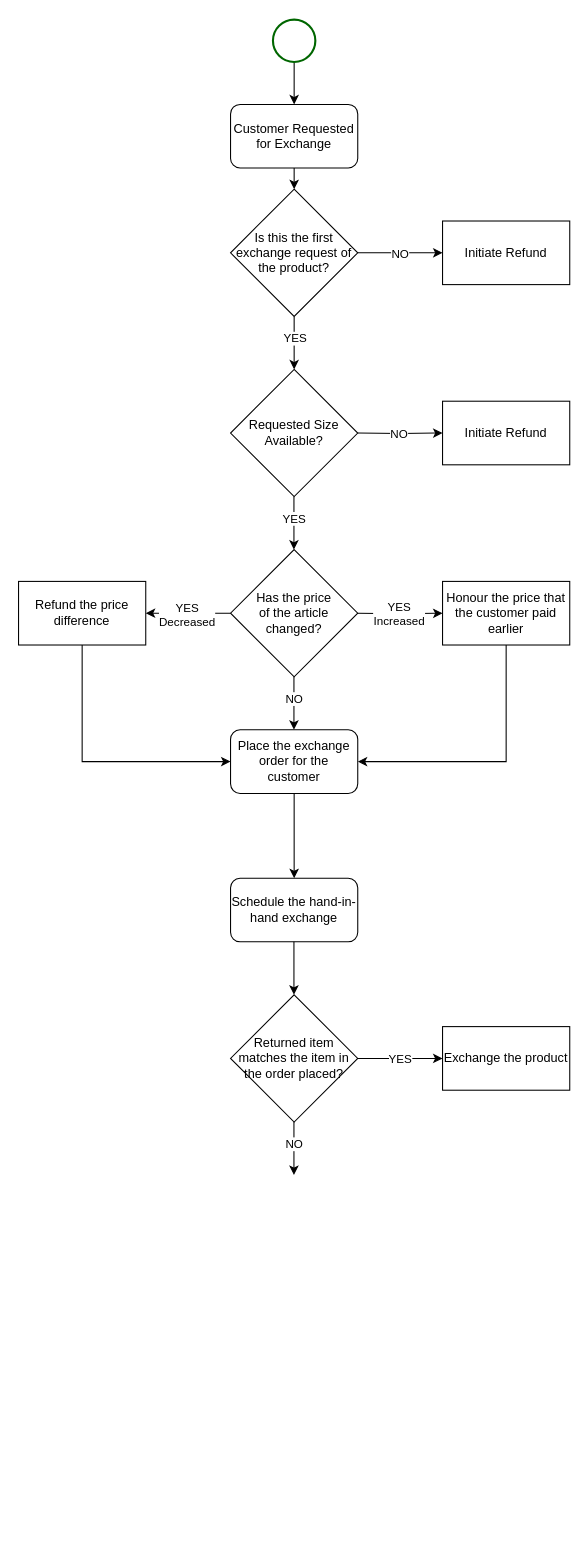
Above: Exchange.drawio in SaketNarayane/ProcessFlows (draw.io), before the change. Source tidied: cells renumbered, new cells numbered last; positions are measured from the earlier drawing's top-left corner, leaving out a move shared by most shapes. Both pictures are drawn from the tidied source at 106%, with x=0, y=0 at pixel (18, 19).
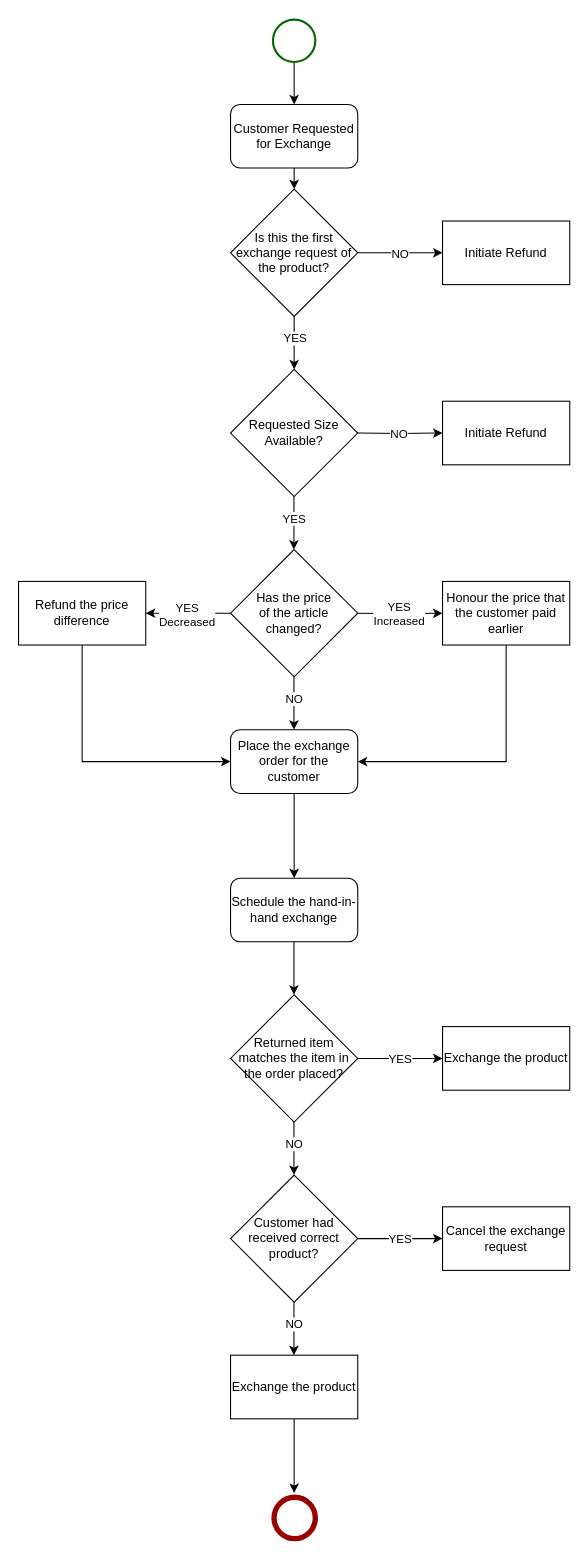
After the change.

What changed in the source:
```diff
@@
+    <mxCell id="39" value="Customer had received correct product?" style="rhombus;whiteSpace=wrap;html=1;" parent="1" vertex="1">
+      <mxGeometry x="200" y="1090" width="120" height="120" as="geometry" />
+    </mxCell>
+    <mxCell id="40" style="edgeStyle=orthogonalEdgeStyle;rounded=0;orthogonalLoop=1;jettySize=auto;html=1;exitX=1;exitY=0.5;exitDx=0;exitDy=0;entryX=0;entryY=0.5;entryDx=0;entryDy=0;" parent="1" edge="1">
+      <mxGeometry relative="1" as="geometry">
+        <mxPoint x="320" y="1150" as="sourcePoint" />
+        <mxPoint x="400" y="1150" as="targetPoint" />
+      </mxGeometry>
+    </mxCell>
+    <mxCell id="41" value="YES" style="edgeLabel;html=1;align=center;verticalAlign=middle;" parent="40" vertex="1">
+      <mxGeometry x="-0.03" relative="1" as="geometry" />
+    </mxCell>
+    <mxCell id="42" style="edgeStyle=orthogonalEdgeStyle;rounded=0;orthogonalLoop=1;jettySize=auto;html=1;exitX=0.5;exitY=1;exitDx=0;exitDy=0;" parent="1" edge="1">
+      <mxGeometry relative="1" as="geometry">
+        <mxPoint x="259.8" y="1210" as="sourcePoint" />
+        <mxPoint x="259.8" y="1260" as="targetPoint" />
+      </mxGeometry>
+    </mxCell>
+    <mxCell id="43" value="NO" style="edgeLabel;html=1;align=center;verticalAlign=middle;" parent="42" vertex="1">
+      <mxGeometry x="-0.21" relative="1" as="geometry" />
+    </mxCell>
+    <mxCell id="44" value="Cancel the exchange request" style="whiteSpace=wrap;html=1;" parent="1" vertex="1">
+      <mxGeometry x="400" y="1120" width="120" height="60" as="geometry" />
+    </mxCell>
+    <mxCell id="45" style="edgeStyle=orthogonalEdgeStyle;rounded=0;jettySize=auto;html=1;" parent="1" edge="1" source="46">
+      <mxGeometry relative="1" as="geometry">
+        <mxPoint x="260" y="1390" as="targetPoint" />
+      </mxGeometry>
+    </mxCell>
+    <mxCell id="46" value="Exchange the product" style="whiteSpace=wrap;html=1;" parent="1" vertex="1">
+      <mxGeometry x="200" y="1260" width="120" height="60" as="geometry" />
+    </mxCell>
+    <mxCell id="47" style="shape=ellipse;html=1;dashed=0;whiteSpace=wrap;strokeWidth=5;perimeter=ellipsePerimeter;strokeColor=#990000;" parent="1" vertex="1">
+      <mxGeometry x="241" y="1394" width="39" height="39" as="geometry" />
+    </mxCell>
```
